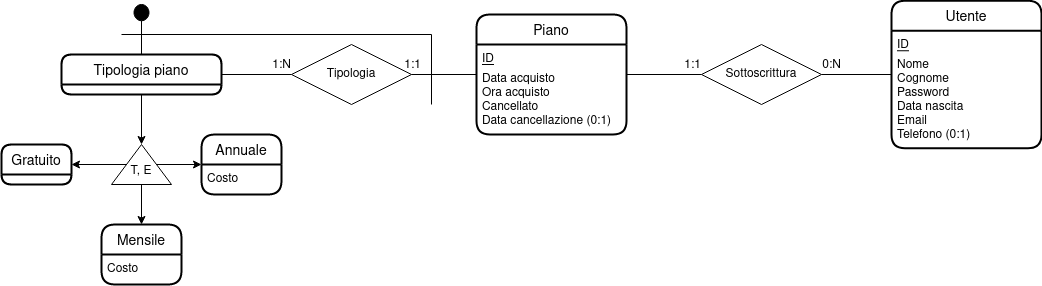
Before: relazione/piano.png, a diagram exported from draw.io (chrg127/db-online-console). Source tidied: cells renumbered, new cells last; positions are measured from the earlier drawing's top-left corner, leaving out a move shared by most shapes.
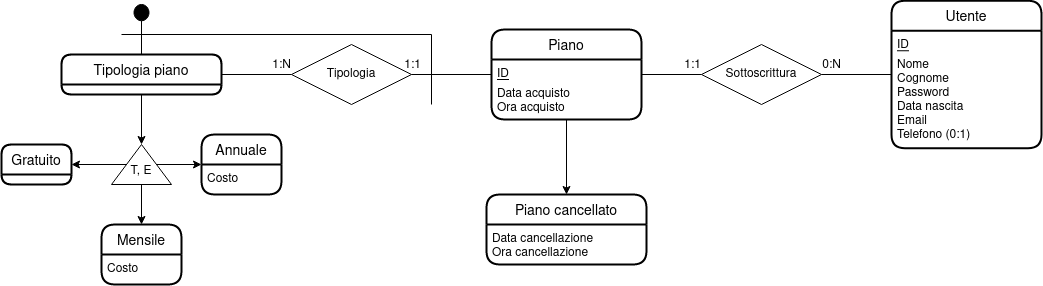
The same diagram one commit later.

What changed in the source:
```diff
@@ -33,14 +33,17 @@
     <mxCell id="10" value="Gratuito" style="swimlane;horizontal=1;startSize=30;rounded=1;fontSize=14;fontStyle=0;strokeWidth=2;shadow=0;dashed=0;align=center;" parent="1" vertex="1">
       <mxGeometry y="144" width="70" height="40" as="geometry" />
     </mxCell>
+    <mxCell id="33" style="edgeStyle=orthogonalEdgeStyle;rounded=1;jettySize=auto;html=1;" parent="1" edge="1" source="11" target="34">
+      <mxGeometry relative="1" as="geometry" />
+    </mxCell>
     <mxCell id="11" value="Piano" style="swimlane;horizontal=1;startSize=30;rounded=1;fontSize=14;fontStyle=0;strokeWidth=2;shadow=0;dashed=0;align=center;" parent="1" vertex="1">
-      <mxGeometry x="475" y="14" width="150" height="120" as="geometry" />
+      <mxGeometry x="490" y="29" width="150" height="90" as="geometry" />
     </mxCell>
     <mxCell id="12" value="ID" style="text;strokeColor=none;fillColor=none;spacingLeft=4;spacingRight=4;overflow=hidden;fontSize=12;labelBackgroundColor=#ffffff;align=left;html=0;fontStyle=4;" parent="11" vertex="1">
       <mxGeometry y="30" width="150" height="20" as="geometry" />
     </mxCell>
-    <mxCell id="13" value="Data acquisto&#10;Ora acquisto&#10;Cancellato&#10;Data cancellazione (0:1)&#10;" style="align=left;strokeColor=none;fillColor=none;spacingLeft=4;fontSize=12;verticalAlign=top;" parent="11" vertex="1">
-      <mxGeometry y="50" width="150" height="70" as="geometry" />
+    <mxCell id="13" value="Data acquisto&#10;Ora acquisto&#10;" style="align=left;strokeColor=none;fillColor=none;spacingLeft=4;fontSize=12;verticalAlign=top;" parent="11" vertex="1">
+      <mxGeometry y="50" width="150" height="40" as="geometry" />
     </mxCell>
     <mxCell id="14" value="Tipologia piano" style="swimlane;horizontal=1;startSize=30;rounded=1;fontSize=14;fontStyle=0;strokeWidth=2;shadow=0;dashed=0;align=center;" parent="1" vertex="1">
       <mxGeometry x="60" y="54" width="160" height="40" as="geometry" />
@@ -109,5 +112,11 @@
         <mxPoint x="430" y="34" as="targetPoint" />
       </mxGeometry>
     </mxCell>
+    <mxCell id="34" value="Piano cancellato" style="swimlane;horizontal=1;startSize=30;rounded=1;fontSize=14;fontStyle=0;strokeWidth=2;shadow=0;dashed=0;align=center;sketch=0;" parent="1" vertex="1">
+      <mxGeometry x="485" y="194" width="160" height="70" as="geometry" />
+    </mxCell>
+    <mxCell id="35" value="Data cancellazione&#10;Ora cancellazione&#10;" style="align=left;strokeColor=none;fillColor=none;spacingLeft=4;fontSize=12;verticalAlign=top;" parent="34" vertex="1">
+      <mxGeometry y="30" width="160" height="40" as="geometry" />
+    </mxCell>
   </root>
 </mxGraphModel>
```
